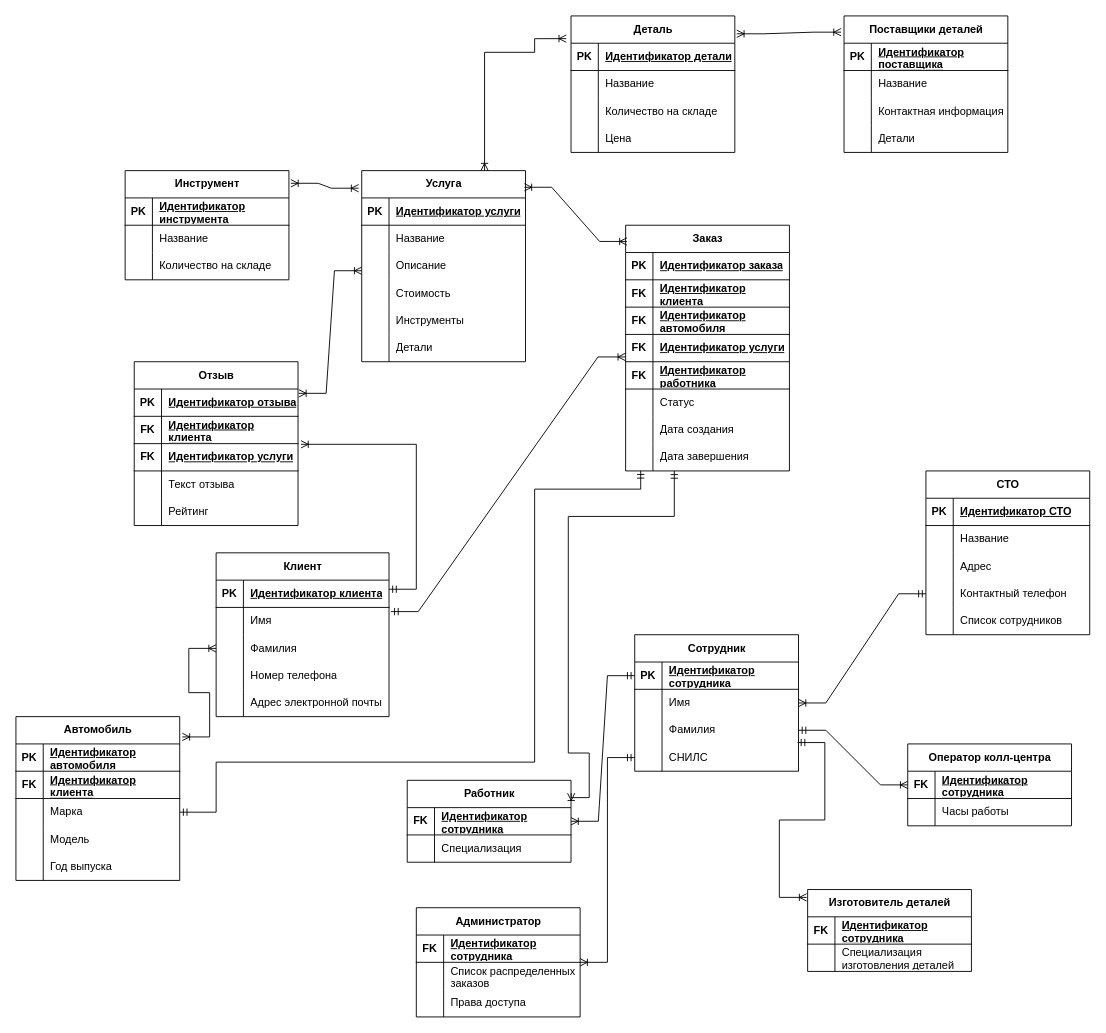
Above: Семестр 5/ИСБД/курсовая/этап2/infological.drawio in Ivanio1/itmo-3course (draw.io), before the change. Source tidied: cells renumbered, new cells numbered last; positions are measured from the earlier drawing's top-left corner, leaving out a move shared by most shapes. Both pictures are drawn from the tidied source at 91%, with x=0, y=0 at pixel (15, 15).
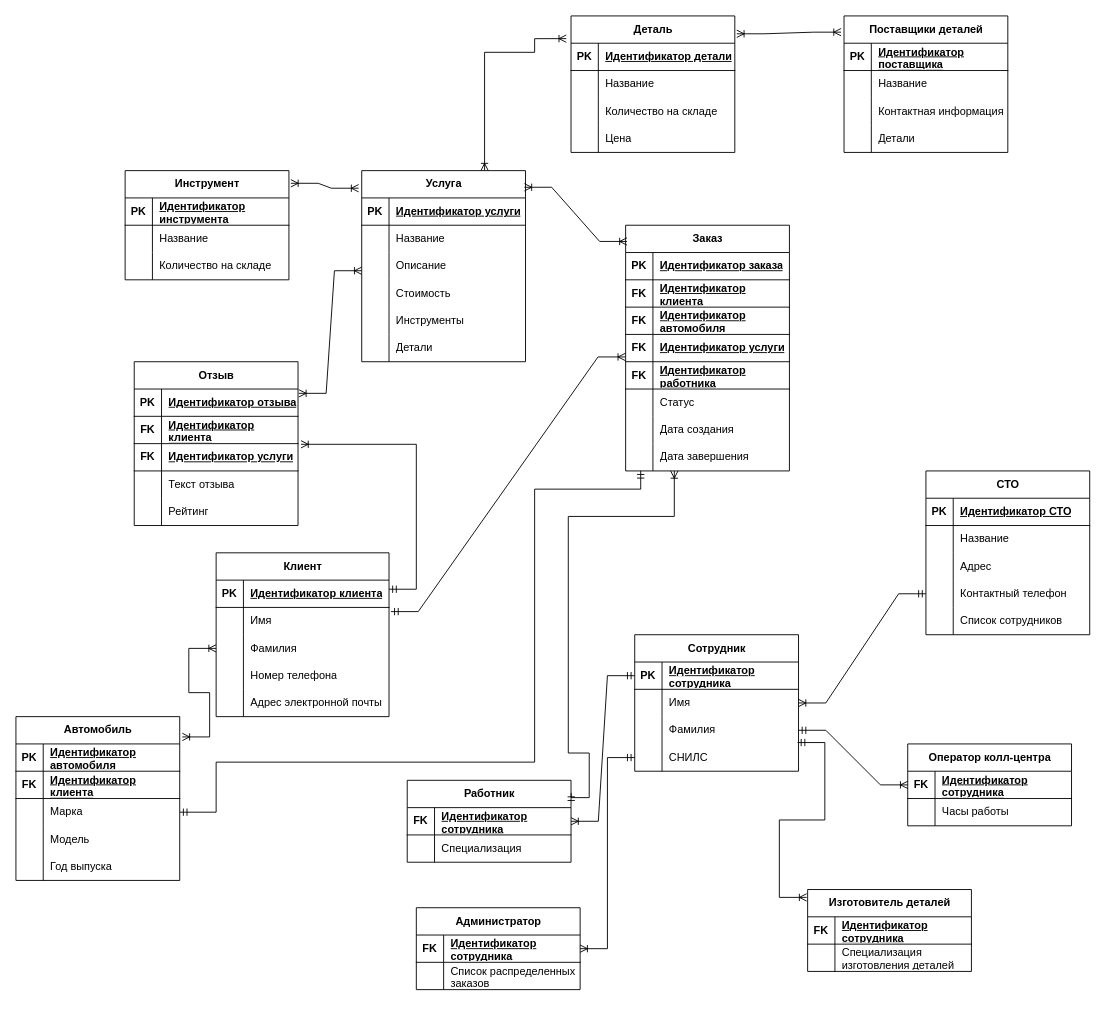
The same diagram, later.

The change refers to these unchanged cells:
```xml
<mxCell id="31" value="Работник" style="shape=table;startSize=30;childLayout=tableLayout;rowLines=0;fontStyle=1;align=center;html=1;" parent="1" vertex="1">
  <mxGeometry x="430" y="840" width="180" height="90" as="geometry" />
</mxCell>
```

What changed in the source:
```diff
@@
     <mxCell id="39" value="Администратор" style="shape=table;startSize=30;childLayout=tableLayout;rowLines=0;fontStyle=1;align=center;html=1;" parent="1" vertex="1">
-      <mxGeometry x="440" y="980" width="180" height="120" as="geometry" />
+      <mxGeometry x="440" y="980" width="180" height="90" as="geometry" />
     </mxCell>
@@
-    <mxCell id="46" style="shape=tableRow;horizontal=0;startSize=0;swimlaneHead=0;swimlaneBody=0;fillColor=none;top=0;left=0;right=0;bottom=0;" parent="39" vertex="1">
-      <mxGeometry y="90" width="180" height="30" as="geometry" />
-    </mxCell>
-    <mxCell id="47" style="shape=partialRectangle;fillColor=none;top=0;left=0;bottom=0;right=0;overflow=hidden;whiteSpace=wrap;html=1;" parent="46" vertex="1">
-      <mxGeometry width="30" height="30" as="geometry" />
-    </mxCell>
-    <mxCell id="48" value="Права доступа" style="shape=partialRectangle;fillColor=none;top=0;left=0;bottom=0;right=0;align=left;spacingLeft=6;overflow=hidden;whiteSpace=wrap;html=1;" parent="46" vertex="1">
-      <mxGeometry x="30" width="150" height="30" as="geometry" />
-    </mxCell>
@@
-    <mxCell id="165" style="edgeStyle=orthogonalEdgeStyle;fontSize=12;html=1;endArrow=ERmandOne;startArrow=ERoneToMany;rounded=0;entryX=0.092;entryY=0.996;entryDx=0;entryDy=0;entryPerimeter=0;endFill=0;exitX=1.001;exitY=0.157;exitDx=0;exitDy=0;exitPerimeter=0;startFill=0;" parent="1" edge="1" source="31">
+    <mxCell id="165" style="edgeStyle=orthogonalEdgeStyle;fontSize=12;html=1;endArrow=ERoneToMany;startArrow=ERmandOne;rounded=0;entryX=0.092;entryY=0.996;entryDx=0;entryDy=0;entryPerimeter=0;endFill=0;exitX=1.001;exitY=0.157;exitDx=0;exitDy=0;exitPerimeter=0;startFill=0;" parent="1" edge="1" source="31">
       <mxGeometry relative="1" as="geometry">
         <mxPoint x="723.5" y="500" as="targetPoint" />
         <Array as="points">
           <mxPoint x="630" y="859" />
           <mxPoint x="630" y="810" />
           <mxPoint x="607" y="810" />
           <mxPoint x="607" y="550" />
           <mxPoint x="723" y="550" />
         </Array>
       </mxGeometry>
     </mxCell>
```
